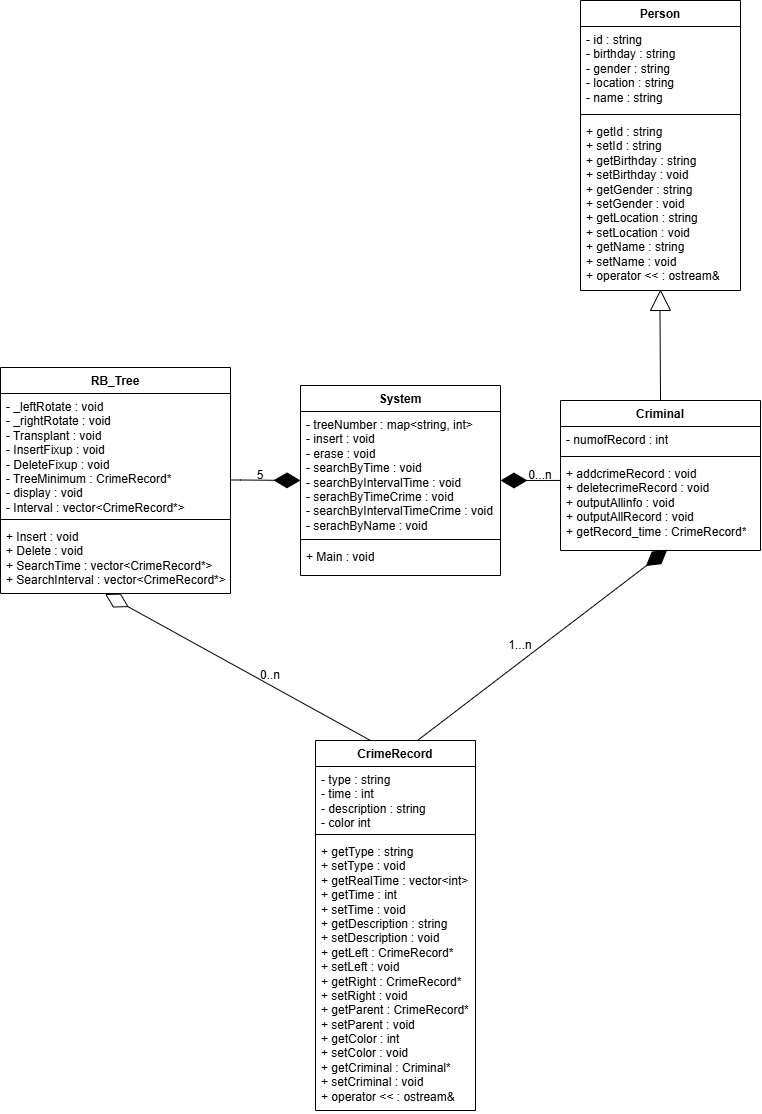
Above: UML/CrimeRecordSystem_UML.drawio.png in yankai-lu/OOP-criminal-record-system (draw.io), before the change. Source tidied: cells renumbered, new cells last; positions are measured from the earlier drawing's top-left corner, leaving out a move shared by most shapes.
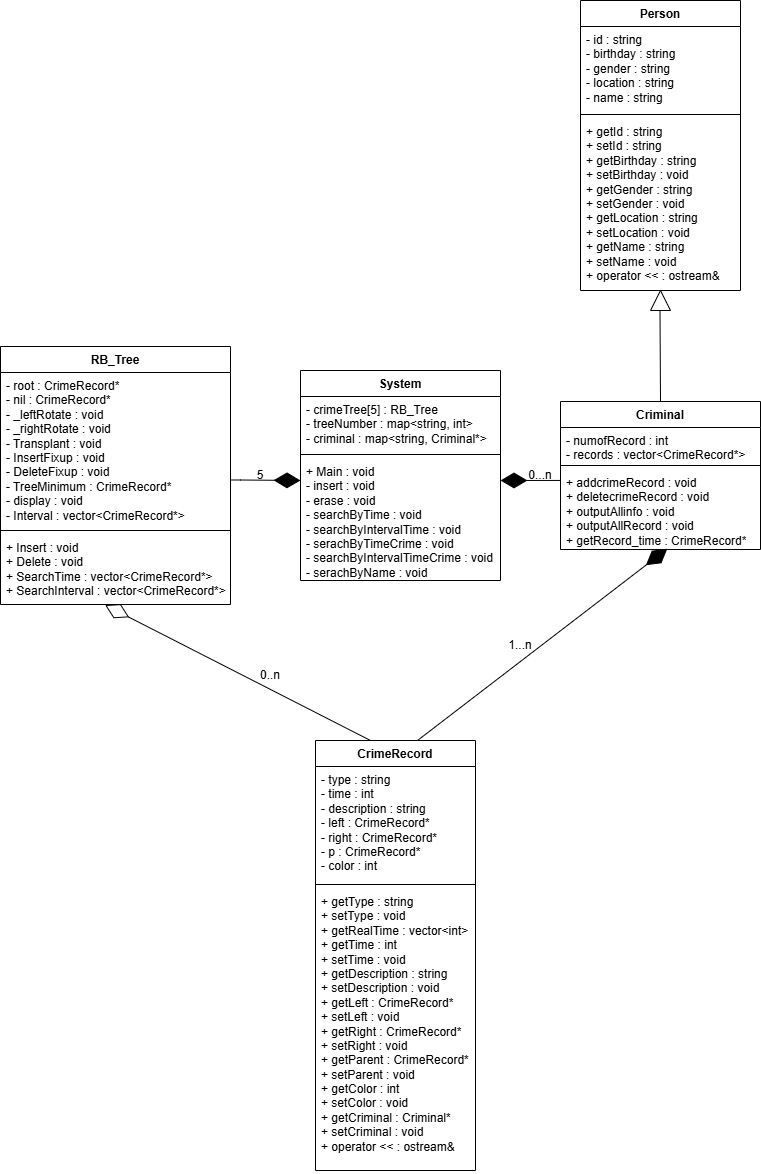
After the change.

Change to the diagram source:
```diff
@@ -3,40 +3,40 @@
     <mxCell id="0" />
     <mxCell id="1" parent="0" />
     <mxCell id="2" value="System" style="swimlane;fontStyle=1;align=center;verticalAlign=top;horizontal=1;startSize=26;whiteSpace=wrap;html=1;" parent="1" vertex="1">
-      <mxGeometry x="300" y="385" width="200" height="190" as="geometry" />
+      <mxGeometry x="300" y="370" width="200" height="210" as="geometry" />
     </mxCell>
-    <mxCell id="3" value="&lt;div&gt;- treeNumber : map&amp;lt;string, int&lt;span style=&quot;background-color: initial;&quot;&gt;&amp;gt;&lt;/span&gt;&lt;/div&gt;&lt;div&gt;&lt;div&gt;- insert : void&lt;/div&gt;&lt;div&gt;- erase : void&lt;/div&gt;&lt;/div&gt;&lt;div&gt;- searchByTime : void&lt;/div&gt;&lt;div&gt;- searchByIntervalTime : void&lt;br&gt;- serachByTimeCrime : void&lt;/div&gt;&lt;div&gt;- searchByIntervalTimeCrime : void&lt;br&gt;- serachByName : void&lt;/div&gt;" style="text;strokeColor=none;fillColor=none;align=left;verticalAlign=top;spacingLeft=4;spacingRight=4;overflow=hidden;whiteSpace=wrap;html=1;spacing=2;spacingTop=0;spacingBottom=0;fontStyle=0;horizontal=1;" parent="2" vertex="1">
-      <mxGeometry y="26" width="200" height="124" as="geometry" />
+    <mxCell id="3" value="&lt;div&gt;-&amp;nbsp;&lt;span style=&quot;background-color: initial;&quot;&gt;crimeTree[5] :&amp;nbsp;&lt;/span&gt;&lt;span style=&quot;background-color: initial;&quot;&gt;RB_Tree&lt;/span&gt;&lt;/div&gt;&lt;div&gt;- treeNumber : map&amp;lt;string, int&lt;span style=&quot;background-color: initial;&quot;&gt;&amp;gt;&lt;/span&gt;&lt;/div&gt;&lt;div&gt;&lt;span style=&quot;background-color: initial;&quot;&gt;-&amp;nbsp;&lt;/span&gt;&lt;span style=&quot;background-color: initial;&quot;&gt;criminal :&amp;nbsp;&lt;/span&gt;&lt;span style=&quot;background-color: initial;&quot;&gt;map&amp;lt;string, Criminal*&amp;gt;&lt;/span&gt;&lt;/div&gt;" style="text;strokeColor=none;fillColor=none;align=left;verticalAlign=top;spacingLeft=4;spacingRight=4;overflow=hidden;whiteSpace=wrap;html=1;spacing=2;spacingTop=0;spacingBottom=0;fontStyle=0;horizontal=1;" parent="2" vertex="1">
+      <mxGeometry y="26" width="200" height="54" as="geometry" />
     </mxCell>
     <mxCell id="4" style="line;strokeWidth=1;fillColor=none;align=left;verticalAlign=middle;spacingTop=-1;spacingLeft=3;spacingRight=3;labelPosition=right;strokeColor=inherit;" parent="2" vertex="1">
-      <mxGeometry y="150" width="200" height="8" as="geometry" />
+      <mxGeometry y="80" width="200" height="8" as="geometry" />
     </mxCell>
-    <mxCell id="5" value="&lt;div&gt;+ Main : void&lt;/div&gt;" style="text;strokeColor=none;fillColor=none;align=left;verticalAlign=top;spacingLeft=4;spacingRight=4;overflow=hidden;whiteSpace=wrap;html=1;" parent="2" vertex="1">
-      <mxGeometry y="158" width="200" height="32" as="geometry" />
+    <mxCell id="5" value="&lt;div&gt;+ Main : void&lt;/div&gt;&lt;div&gt;&lt;div&gt;&lt;div&gt;- insert : void&lt;/div&gt;&lt;div&gt;- erase : void&lt;/div&gt;&lt;/div&gt;&lt;div&gt;- searchByTime : void&lt;/div&gt;&lt;div&gt;- searchByIntervalTime : void&lt;br&gt;- serachByTimeCrime : void&lt;/div&gt;&lt;div&gt;- searchByIntervalTimeCrime : void&lt;br&gt;- serachByName : void&lt;/div&gt;&lt;/div&gt;" style="text;strokeColor=none;fillColor=none;align=left;verticalAlign=top;spacingLeft=4;spacingRight=4;overflow=hidden;whiteSpace=wrap;html=1;" parent="2" vertex="1">
+      <mxGeometry y="88" width="200" height="122" as="geometry" />
     </mxCell>
     <mxCell id="6" value="RB_Tree" style="swimlane;fontStyle=1;align=center;verticalAlign=top;horizontal=1;startSize=26;whiteSpace=wrap;html=1;" parent="1" vertex="1">
-      <mxGeometry y="367" width="230" height="226" as="geometry" />
+      <mxGeometry y="346" width="230" height="258" as="geometry" />
     </mxCell>
-    <mxCell id="7" value="&lt;div&gt;- _leftRotate : void&lt;/div&gt;&lt;div&gt;- _rightRotate : void&lt;/div&gt;&lt;div&gt;- Transplant : void&lt;/div&gt;&lt;div&gt;- InsertFixup : void&lt;/div&gt;&lt;div&gt;- DeleteFixup : void&lt;/div&gt;&lt;div&gt;- TreeMinimum : CrimeRecord*&lt;/div&gt;&lt;div&gt;- display : void&lt;/div&gt;&lt;div&gt;-&lt;span style=&quot;background-color: initial;&quot;&gt;&amp;nbsp;&lt;/span&gt;&lt;span style=&quot;background-color: initial;&quot;&gt;Interval : vector&amp;lt;CrimeRecord*&amp;gt;&lt;/span&gt;&lt;/div&gt;" style="text;strokeColor=none;fillColor=none;align=left;verticalAlign=top;spacingLeft=4;spacingRight=4;overflow=hidden;whiteSpace=wrap;html=1;" parent="6" vertex="1">
-      <mxGeometry y="26" width="230" height="122" as="geometry" />
+    <mxCell id="7" value="&lt;div&gt;&lt;div&gt;- root : CrimeRecord*&lt;/div&gt;&lt;div&gt;- nil : CrimeRecord*&lt;/div&gt;&lt;/div&gt;&lt;div&gt;- _leftRotate : void&lt;/div&gt;&lt;div&gt;- _rightRotate : void&lt;/div&gt;&lt;div&gt;- Transplant : void&lt;/div&gt;&lt;div&gt;- InsertFixup : void&lt;/div&gt;&lt;div&gt;- DeleteFixup : void&lt;/div&gt;&lt;div&gt;- TreeMinimum : CrimeRecord*&lt;/div&gt;&lt;div&gt;- display : void&lt;/div&gt;&lt;div&gt;-&lt;span style=&quot;background-color: initial;&quot;&gt;&amp;nbsp;&lt;/span&gt;&lt;span style=&quot;background-color: initial;&quot;&gt;Interval : vector&amp;lt;CrimeRecord*&amp;gt;&lt;/span&gt;&lt;/div&gt;" style="text;strokeColor=none;fillColor=none;align=left;verticalAlign=top;spacingLeft=4;spacingRight=4;overflow=hidden;whiteSpace=wrap;html=1;" parent="6" vertex="1">
+      <mxGeometry y="26" width="230" height="154" as="geometry" />
     </mxCell>
     <mxCell id="8" style="line;strokeWidth=1;fillColor=none;align=left;verticalAlign=middle;spacingTop=-1;spacingLeft=3;spacingRight=3;labelPosition=right;strokeColor=inherit;" parent="6" vertex="1">
-      <mxGeometry y="148" width="230" height="8" as="geometry" />
+      <mxGeometry y="180" width="230" height="8" as="geometry" />
     </mxCell>
     <mxCell id="9" value="+ Insert : void&lt;div&gt;+ Delete : void&lt;/div&gt;&lt;div&gt;+ SearchTime : vector&amp;lt;CrimeRecord*&amp;gt;&lt;/div&gt;&lt;div&gt;+ SearchInterval : vector&amp;lt;CrimeRecord*&amp;gt;&lt;/div&gt;&lt;div&gt;&lt;br&gt;&lt;/div&gt;" style="text;strokeColor=none;fillColor=none;align=left;verticalAlign=top;spacingLeft=4;spacingRight=4;overflow=hidden;points=[[0,0.5],[1,0.5]];portConstraint=eastwest;whiteSpace=wrap;html=1;" parent="6" vertex="1">
-      <mxGeometry y="156" width="230" height="70" as="geometry" />
+      <mxGeometry y="188" width="230" height="70" as="geometry" />
     </mxCell>
     <mxCell id="10" value="Criminal" style="swimlane;fontStyle=1;align=center;verticalAlign=top;horizontal=1;startSize=26;whiteSpace=wrap;html=1;" parent="1" vertex="1">
-      <mxGeometry x="560" y="400" width="200" height="150" as="geometry" />
+      <mxGeometry x="560" y="401" width="200" height="148" as="geometry" />
     </mxCell>
-    <mxCell id="11" value="- numofRecord : int" style="text;strokeColor=none;fillColor=none;align=left;verticalAlign=top;spacingLeft=4;spacingRight=4;overflow=hidden;whiteSpace=wrap;html=1;" parent="10" vertex="1">
-      <mxGeometry y="26" width="200" height="26" as="geometry" />
+    <mxCell id="11" value="- numofRecord : int&lt;div&gt;- records : vector&amp;lt;CrimeRecord*&amp;gt;&lt;/div&gt;" style="text;strokeColor=none;fillColor=none;align=left;verticalAlign=top;spacingLeft=4;spacingRight=4;overflow=hidden;whiteSpace=wrap;html=1;" parent="10" vertex="1">
+      <mxGeometry y="26" width="200" height="34" as="geometry" />
     </mxCell>
     <mxCell id="12" style="line;strokeWidth=1;fillColor=none;align=left;verticalAlign=middle;spacingTop=-1;spacingLeft=3;spacingRight=3;labelPosition=right;strokeColor=inherit;" parent="10" vertex="1">
-      <mxGeometry y="52" width="200" height="8" as="geometry" />
+      <mxGeometry y="60" width="200" height="8" as="geometry" />
     </mxCell>
     <mxCell id="13" value="+ addcrimeRecord : void&lt;div&gt;+ deletecrimeRecord : void&lt;/div&gt;&lt;div&gt;+ outputAllinfo : void&lt;/div&gt;&lt;div&gt;+ outputAllRecord : void&lt;/div&gt;&lt;div&gt;+ getRecord_time : CrimeRecord*&lt;/div&gt;" style="text;strokeColor=none;fillColor=none;align=left;verticalAlign=top;spacingLeft=4;spacingRight=4;overflow=hidden;points=[[0,0.5],[1,0.5]];portConstraint=eastwest;whiteSpace=wrap;html=1;" parent="10" vertex="1">
-      <mxGeometry y="60" width="200" height="90" as="geometry" />
+      <mxGeometry y="68" width="200" height="80" as="geometry" />
     </mxCell>
     <mxCell id="14" value="Person" style="swimlane;fontStyle=1;align=center;verticalAlign=top;horizontal=1;startSize=26;whiteSpace=wrap;html=1;" parent="1" vertex="1">
       <mxGeometry x="580" width="160" height="290" as="geometry" />
@@ -51,16 +51,16 @@
       <mxGeometry y="118" width="160" height="172" as="geometry" />
     </mxCell>
     <mxCell id="18" value="CrimeRecord" style="swimlane;fontStyle=1;align=center;verticalAlign=top;horizontal=1;startSize=26;whiteSpace=wrap;html=1;" parent="1" vertex="1">
-      <mxGeometry x="315" y="740" width="160" height="370" as="geometry" />
+      <mxGeometry x="315" y="740" width="160" height="430" as="geometry" />
     </mxCell>
-    <mxCell id="19" value="- type : string&lt;div&gt;- time : int&lt;/div&gt;&lt;div&gt;- description : string&lt;/div&gt;&lt;div&gt;- color int&lt;/div&gt;" style="text;strokeColor=none;fillColor=none;align=left;verticalAlign=top;spacingLeft=4;spacingRight=4;overflow=hidden;whiteSpace=wrap;html=1;" parent="18" vertex="1">
-      <mxGeometry y="26" width="160" height="64" as="geometry" />
+    <mxCell id="19" value="- type : string&lt;div&gt;- time : int&lt;/div&gt;&lt;div&gt;- description : string&lt;/div&gt;&lt;div&gt;- left : CrimeRecord*&lt;/div&gt;&lt;div&gt;- right : CrimeRecord*&lt;/div&gt;&lt;div&gt;- p : CrimeRecord*&lt;/div&gt;&lt;div&gt;- color : int&lt;/div&gt;" style="text;strokeColor=none;fillColor=none;align=left;verticalAlign=top;spacingLeft=4;spacingRight=4;overflow=hidden;whiteSpace=wrap;html=1;" parent="18" vertex="1">
+      <mxGeometry y="26" width="160" height="114" as="geometry" />
     </mxCell>
     <mxCell id="20" style="line;strokeWidth=1;fillColor=none;align=left;verticalAlign=middle;spacingTop=-1;spacingLeft=3;spacingRight=3;labelPosition=right;strokeColor=inherit;" parent="18" vertex="1">
-      <mxGeometry y="90" width="160" height="8" as="geometry" />
+      <mxGeometry y="140" width="160" height="8" as="geometry" />
     </mxCell>
     <mxCell id="21" value="+ getType : string&lt;div&gt;+ setType : void&lt;/div&gt;&lt;div&gt;+ getRealTime : vector&amp;lt;int&amp;gt;&lt;/div&gt;&lt;div&gt;+ getTime : int&lt;/div&gt;&lt;div&gt;+ setTime : void&lt;/div&gt;&lt;div&gt;+ getDescription : string&lt;/div&gt;&lt;div&gt;+ setDescription : void&lt;/div&gt;&lt;div&gt;+ getLeft : CrimeRecord*&lt;/div&gt;&lt;div&gt;+ setLeft : void&lt;/div&gt;&lt;div&gt;+ getRight : CrimeRecord*&lt;/div&gt;&lt;div&gt;+ setRight : void&lt;/div&gt;&lt;div&gt;+ getParent : CrimeRecord*&lt;/div&gt;&lt;div&gt;+ setParent : void&lt;/div&gt;&lt;div&gt;+ getColor : int&lt;/div&gt;&lt;div&gt;+ setColor : void&lt;/div&gt;&lt;div&gt;+ getCriminal : Criminal*&lt;/div&gt;&lt;div&gt;+ setCriminal : void&lt;/div&gt;&lt;div&gt;+ operator &amp;lt;&amp;lt; : ostream&amp;amp;&lt;/div&gt;" style="text;strokeColor=none;fillColor=none;align=left;verticalAlign=top;spacingLeft=4;spacingRight=4;overflow=hidden;whiteSpace=wrap;html=1;" parent="18" vertex="1">
-      <mxGeometry y="98" width="160" height="272" as="geometry" />
+      <mxGeometry y="148" width="160" height="282" as="geometry" />
     </mxCell>
     <mxCell id="22" style="endArrow=diamondThin;endFill=1;endSize=24;html=1;rounded=0;" parent="1" edge="1">
       <mxGeometry relative="1" as="geometry">
@@ -111,9 +111,10 @@
     <mxCell id="31" value="0..n" style="text;html=1;align=center;verticalAlign=middle;whiteSpace=wrap;rounded=0;" parent="1" vertex="1">
       <mxGeometry x="240" y="660" width="60" height="30" as="geometry" />
     </mxCell>
-    <mxCell id="32" style="endArrow=diamondThin;endFill=0;endSize=24;html=1;rounded=0;entryX=0.455;entryY=1.008;entryDx=0;entryDy=0;entryPerimeter=0;" parent="1" edge="1" target="9">
+    <mxCell id="32" style="endArrow=diamondThin;endFill=0;endSize=24;html=1;rounded=0;entryX=0.455;entryY=1.008;entryDx=0;entryDy=0;entryPerimeter=0;" parent="1" edge="1">
       <mxGeometry relative="1" as="geometry">
         <mxPoint x="370" y="740" as="sourcePoint" />
+        <mxPoint x="104.7" y="604.6" as="targetPoint" />
       </mxGeometry>
     </mxCell>
     <mxCell id="33" style="endArrow=diamondThin;endFill=1;endSize=24;html=1;rounded=0;" parent="1" edge="1">
```
